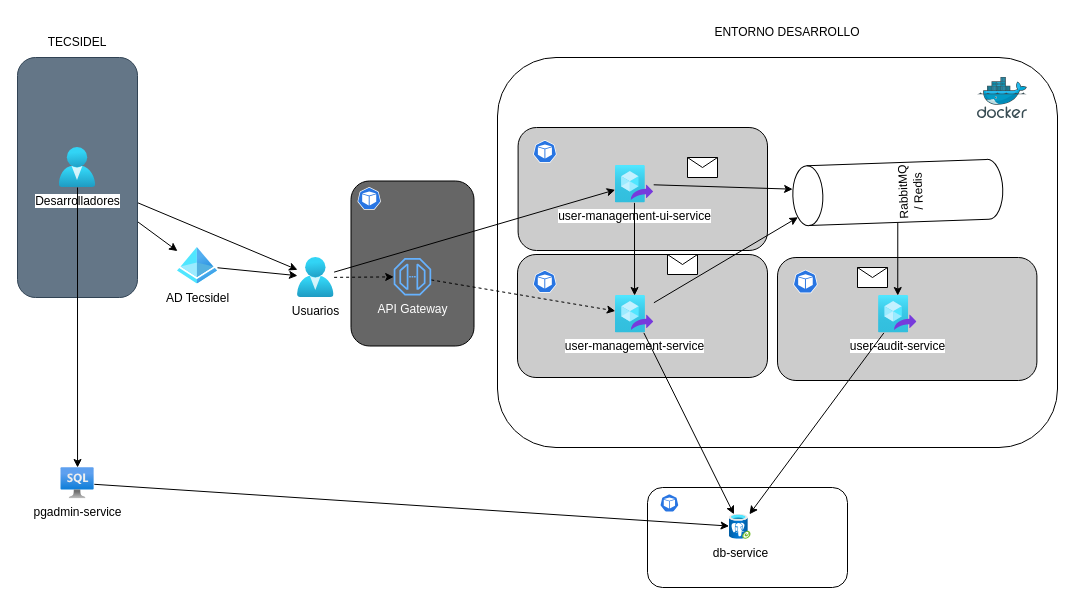
mikemonzo/user-management keeps this draw.io diagram as docs/arch-dev.drawio. Above is the earlier version. Source tidied: cells renumbered, new cells numbered last; positions are measured from the earlier drawing's top-left corner, leaving out a move shared by most shapes. Both pictures are drawn from the tidied source at 100%, with x=0, y=0 at pixel (17, 17).
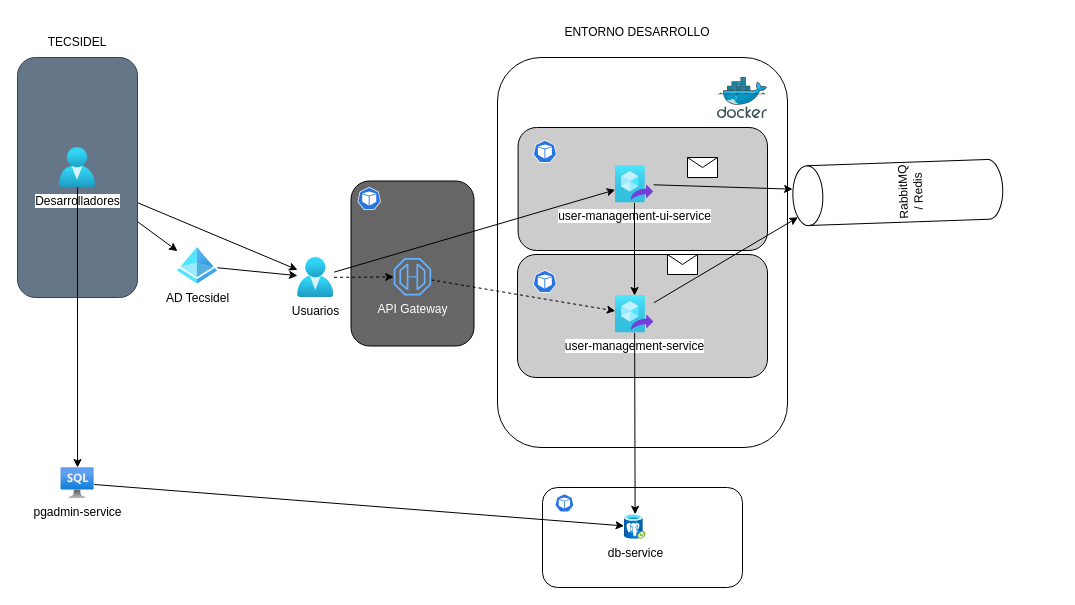
After the change.

Unchanged cells that the change refers to:
```xml
<mxCell id="26" value="RabbitMQ / Redis" style="shape=cylinder3;whiteSpace=wrap;html=1;boundedLbl=1;backgroundOutline=1;size=15;rotation=-92;" parent="1" vertex="1">
  <mxGeometry x="850.3" y="70" width="60" height="210" as="geometry" />
</mxCell>
<mxCell id="38" value="db-service" style="html=1;points=[];align=center;image;fontSize=12;image=img/lib/azure2/databases/Azure_Database_PostgreSQL_Server_Group.svg;" parent="36" vertex="1">
  <mxGeometry x="81.6" y="26.8" width="22.1" height="25" as="geometry" />
</mxCell>
```

The edit, as a diff of the source:
```diff
@@
     <mxCell id="2" style="rounded=1;whiteSpace=wrap;html=1;" parent="1" vertex="1">
-      <mxGeometry x="480" y="40" width="560" height="390" as="geometry" />
+      <mxGeometry x="480" y="40" width="290" height="390" as="geometry" />
     </mxCell>
@@
-    <mxCell id="9" style="group;" parent="1" vertex="1">
-      <mxGeometry x="760" y="240" width="259.4" height="123" as="geometry" />
-    </mxCell>
-    <mxCell id="10" style="rounded=1;whiteSpace=wrap;html=1;fillColor=#CCCCCC;" parent="9" vertex="1">
-      <mxGeometry width="259.4" height="123" as="geometry" />
-    </mxCell>
-    <mxCell id="11" style="sketch=0;html=1;dashed=0;whitespace=wrap;fillColor=#2875E2;strokeColor=#ffffff;verticalLabelPosition=bottom;align=center;verticalAlign=top;shape=mxgraph.kubernetes.icon;prIcon=pod;" parent="9" vertex="1">
-      <mxGeometry x="15.8" y="10" width="24.3" height="28" as="geometry" />
-    </mxCell>
-    <mxCell id="12" value="user-audit-service" style="html=1;points=[];align=center;image;fontSize=12;image=img/lib/azure2/compute/Image_Definitions.svg;fillColor=#CCCCCC;" parent="9" vertex="1">
-      <mxGeometry x="101" y="38" width="38.5" height="37.4" as="geometry" />
-    </mxCell>
-    <mxCell id="13" style="shape=message;html=1;html=1;labelPosition=center;verticalLabelPosition=bottom;align=center;verticalAlign=top;" parent="9" vertex="1">
-      <mxGeometry x="80" y="10" width="30" height="20" as="geometry" />
-    </mxCell>
@@
-    <mxCell id="25" style="edgeStyle=none;html=1;" parent="1" edge="1" source="26" target="12">
-      <mxGeometry relative="1" as="geometry" />
-    </mxCell>
@@
     <mxCell id="28" style="sketch=0;html=1;align=center;image;fontSize=12;image=img/lib/mscae/Docker.svg;fillColor=#CCCCCC;" parent="1" vertex="1">
-      <mxGeometry x="960" y="60" width="50" height="41" as="geometry" />
+      <mxGeometry x="700" y="60" width="50" height="41" as="geometry" />
     </mxCell>
@@
     <mxCell id="36" style="group;" parent="1" vertex="1">
-      <mxGeometry x="630" y="470" width="200" height="100" as="geometry" />
+      <mxGeometry x="525" y="470" width="200" height="100" as="geometry" />
     </mxCell>
@@
     <mxCell id="42" value="ENTORNO DESARROLLO" style="text;html=1;strokeColor=none;fillColor=none;align=center;verticalAlign=middle;whiteSpace=wrap;rounded=0;" parent="1" vertex="1">
-      <mxGeometry x="680" width="180" height="30" as="geometry" />
+      <mxGeometry x="530" width="180" height="30" as="geometry" />
     </mxCell>
@@
-    <mxCell id="47" style="edgeStyle=none;html=1;" parent="1" edge="1" source="12" target="38">
-      <mxGeometry relative="1" as="geometry" />
-    </mxCell>
```
